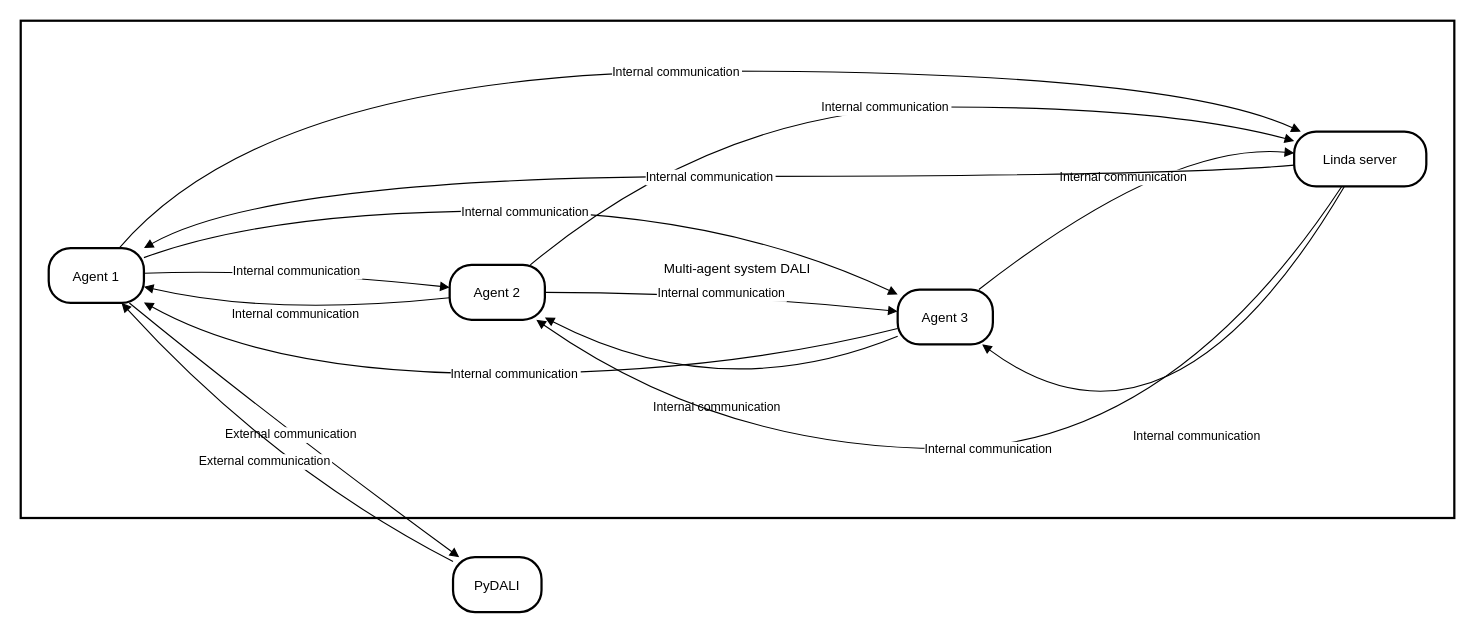
This is Diagramma senza titolo.drawio from AAAI-DISIM-UnivAQ/PyDALI, a draw.io file, before an edit. Source tidied: cells renumbered, new cells numbered last; positions are measured from the earlier drawing's top-left corner, leaving out a move shared by most shapes. Both pictures are drawn from the tidied source at 112%, with x=0, y=0 at pixel (20, 20).
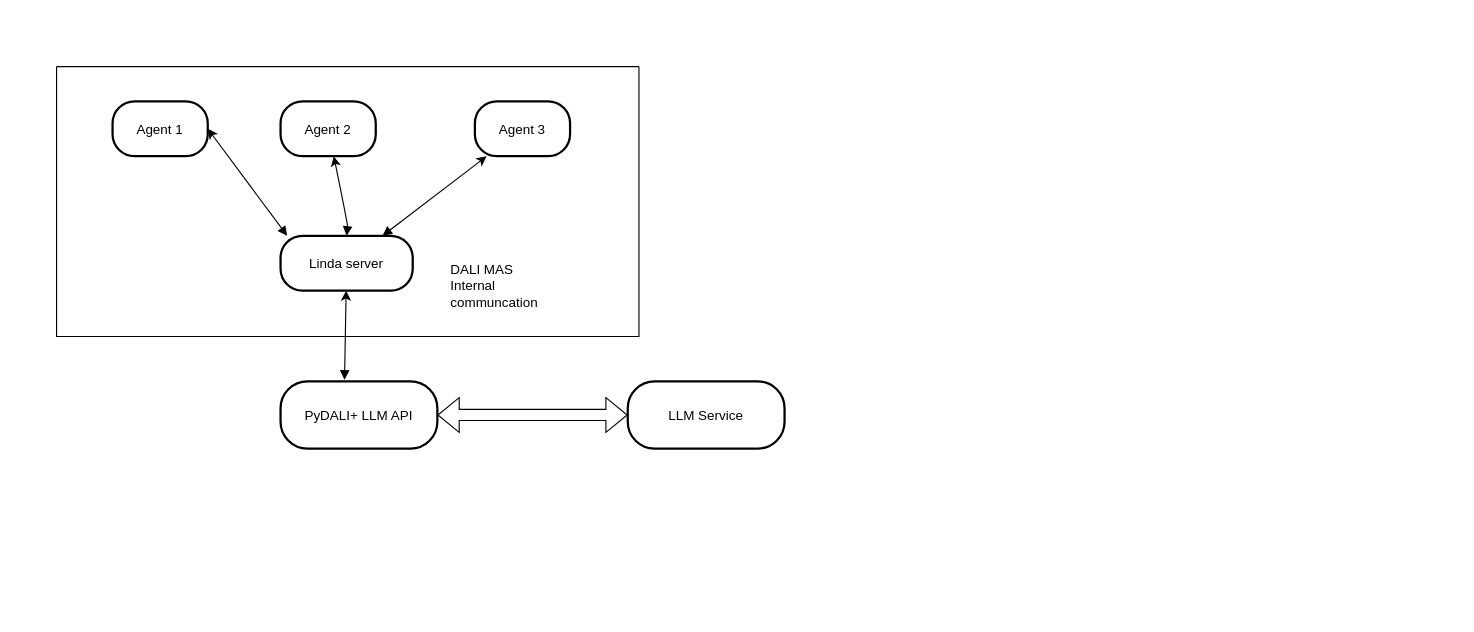
Above is the later version.

The edit, as a diff of the source:
```diff
@@
-    <mxCell id="2" value="Multi-agent system DALI" style="whiteSpace=wrap;strokeWidth=2;" parent="1" vertex="1">
-      <mxGeometry width="1280" height="444" as="geometry" />
-    </mxCell>
     <mxCell id="3" value="Agent 1" style="rounded=1;arcSize=40;strokeWidth=2;" parent="1" vertex="1">
-      <mxGeometry x="25" y="203" width="85" height="49" as="geometry" />
+      <mxGeometry x="82" y="72" width="85" height="49" as="geometry" />
     </mxCell>
     <mxCell id="4" value="Agent 2" style="rounded=1;arcSize=40;strokeWidth=2;" parent="1" vertex="1">
-      <mxGeometry x="383" y="218" width="85" height="49" as="geometry" />
+      <mxGeometry x="232" y="72" width="85" height="49" as="geometry" />
     </mxCell>
     <mxCell id="5" value="Agent 3" style="rounded=1;arcSize=40;strokeWidth=2;" parent="1" vertex="1">
-      <mxGeometry x="783" y="240" width="85" height="49" as="geometry" />
+      <mxGeometry x="405.5" y="72" width="85" height="49" as="geometry" />
     </mxCell>
     <mxCell id="6" value="Linda server" style="rounded=1;arcSize=40;strokeWidth=2;" parent="1" vertex="1">
-      <mxGeometry x="1137" y="99" width="118" height="49" as="geometry" />
+      <mxGeometry x="232" y="192" width="118" height="49" as="geometry" />
     </mxCell>
-    <mxCell id="7" value="PyDALI" style="rounded=1;arcSize=40;strokeWidth=2;" parent="1" vertex="1">
-      <mxGeometry x="386" y="479" width="79" height="49" as="geometry" />
+    <mxCell id="7" value="PyDALI+ LLM API" style="rounded=1;arcSize=40;strokeWidth=2;" parent="1" vertex="1">
+      <mxGeometry x="232" y="322" width="140" height="60" as="geometry" />
     </mxCell>
-    <mxCell id="8" value="Internal communication" style="curved=1;startArrow=none;endArrow=block;exitX=0.99;exitY=0.46;entryX=0;entryY=0.41;" parent="1" edge="1" source="3" target="4">
-      <mxGeometry relative="1" as="geometry">
-        <Array as="points">
-          <mxPoint x="224" y="221" />
-        </Array>
-      </mxGeometry>
-    </mxCell>
-    <mxCell id="9" value="Internal communication" style="curved=1;startArrow=none;endArrow=block;exitX=0.99;exitY=0.18;entryX=0;entryY=0.09;" parent="1" edge="1" source="3" target="5">
-      <mxGeometry relative="1" as="geometry">
-        <Array as="points">
-          <mxPoint x="224" y="170" />
-          <mxPoint x="625" y="170" />
-        </Array>
-      </mxGeometry>
-    </mxCell>
-    <mxCell id="10" value="Internal communication" style="curved=1;startArrow=none;endArrow=block;exitX=0.74;exitY=0;entryX=0.05;entryY=0;" parent="1" edge="1" source="3" target="6">
-      <mxGeometry relative="1" as="geometry">
-        <Array as="points">
-          <mxPoint x="224" y="45" />
-          <mxPoint x="1025" y="45" />
-        </Array>
-      </mxGeometry>
+    <mxCell id="10" style="curved=1;startArrow=classic;endArrow=block;exitX=1;exitY=0.5;entryX=0.05;entryY=0;startFill=1;exitDx=0;exitDy=0;" parent="1" edge="1" source="3" target="6">
+      <mxGeometry relative="1" as="geometry" />
     </mxCell>
-    <mxCell id="11" value="Internal communication" style="curved=1;startArrow=none;endArrow=block;exitX=0;exitY=0.6;entryX=0.99;entryY=0.7;" parent="1" edge="1" source="4" target="3">
-      <mxGeometry relative="1" as="geometry">
-        <Array as="points">
-          <mxPoint x="224" y="264" />
-        </Array>
-      </mxGeometry>
-    </mxCell>
-    <mxCell id="12" value="Internal communication" style="curved=1;startArrow=none;endArrow=block;exitX=0.99;exitY=0.5;entryX=0;entryY=0.4;" parent="1" edge="1" source="4" target="5">
-      <mxGeometry relative="1" as="geometry">
-        <Array as="points">
-          <mxPoint x="625" y="243" />
-        </Array>
-      </mxGeometry>
-    </mxCell>
-    <mxCell id="13" value="Internal communication" style="curved=1;startArrow=none;endArrow=block;exitX=0.84;exitY=0.01;entryX=0;entryY=0.17;" parent="1" edge="1" source="4" target="6">
+    <mxCell id="13" style="curved=1;startArrow=classic;endArrow=block;entryX=0.5;entryY=0;startFill=1;entryDx=0;entryDy=0;" parent="1" edge="1" source="4" target="6">
       <mxGeometry relative="1" as="geometry">
         <Array as="points">
-          <mxPoint x="625" y="77" />
-          <mxPoint x="1025" y="77" />
+          <mxPoint x="292" y="182" />
         </Array>
       </mxGeometry>
     </mxCell>
-    <mxCell id="14" value="Internal communication" style="curved=1;startArrow=none;endArrow=block;exitX=0;exitY=0.71;entryX=0.99;entryY=0.98;" parent="1" edge="1" source="5" target="3">
-      <mxGeometry relative="1" as="geometry">
-        <Array as="points">
-          <mxPoint x="625" y="315" />
-          <mxPoint x="224" y="315" />
-        </Array>
-      </mxGeometry>
-    </mxCell>
-    <mxCell id="15" value="Internal communication" style="curved=1;startArrow=none;endArrow=block;exitX=0;exitY=0.85;entryX=0.99;entryY=0.95;" parent="1" edge="1" source="5" target="4">
-      <mxGeometry relative="1" as="geometry">
-        <Array as="points">
-          <mxPoint x="625" y="346" />
-        </Array>
-      </mxGeometry>
-    </mxCell>
-    <mxCell id="16" value="Internal communication" style="curved=1;startArrow=none;endArrow=block;exitX=0.86;exitY=-0.01;entryX=0;entryY=0.39;" parent="1" edge="1" source="5" target="6">
-      <mxGeometry relative="1" as="geometry">
-        <Array as="points">
-          <mxPoint x="1025" y="108" />
-        </Array>
-      </mxGeometry>
+    <mxCell id="16" style="curved=1;startArrow=classic;endArrow=block;startFill=1;" parent="1" edge="1" source="5" target="6">
+      <mxGeometry relative="1" as="geometry" />
     </mxCell>
-    <mxCell id="17" value="Internal communication" style="curved=1;startArrow=none;endArrow=block;exitX=0;exitY=0.61;entryX=0.99;entryY=0.01;" parent="1" edge="1" source="6" target="3">
-      <mxGeometry relative="1" as="geometry">
-        <Array as="points">
-          <mxPoint x="1025" y="139" />
-          <mxPoint x="224" y="139" />
-        </Array>
-      </mxGeometry>
-    </mxCell>
-    <mxCell id="18" value="Internal communication" style="curved=1;startArrow=none;endArrow=block;exitX=0.36;exitY=1;entryX=0.91;entryY=1;" parent="1" edge="1" source="6" target="4">
-      <mxGeometry relative="1" as="geometry">
-        <Array as="points">
-          <mxPoint x="1025" y="382" />
-          <mxPoint x="625" y="382" />
-        </Array>
-      </mxGeometry>
-    </mxCell>
-    <mxCell id="19" value="Internal communication" style="curved=1;startArrow=none;endArrow=block;exitX=0.38;exitY=1;entryX=0.88;entryY=0.99;" parent="1" edge="1" source="6" target="5">
-      <mxGeometry relative="1" as="geometry">
-        <Array as="points">
-          <mxPoint x="1025" y="413" />
-        </Array>
-      </mxGeometry>
-    </mxCell>
-    <mxCell id="20" value="External communication" style="curved=1;startArrow=none;endArrow=block;exitX=0.84;exitY=0.99;entryX=0.07;entryY=0;" parent="1" edge="1" source="3" target="7">
-      <mxGeometry relative="1" as="geometry">
-        <Array as="points">
-          <mxPoint x="224" y="356" />
-        </Array>
-      </mxGeometry>
+    <mxCell id="20" style="curved=1;startArrow=classic;endArrow=block;entryX=0.408;entryY=-0.023;startFill=1;entryDx=0;entryDy=0;entryPerimeter=0;" parent="1" edge="1" source="6" target="7">
+      <mxGeometry relative="1" as="geometry" />
     </mxCell>
-    <mxCell id="21" value="External communication" style="curved=1;startArrow=none;endArrow=block;exitX=0;exitY=0.08;entryX=0.76;entryY=0.99;" parent="1" edge="1" source="7" target="3">
-      <mxGeometry relative="1" as="geometry">
-        <Array as="points">
-          <mxPoint x="224" y="399" />
-        </Array>
-      </mxGeometry>
-    </mxCell>
+    <mxCell id="22" value="LLM Service" style="rounded=1;arcSize=40;strokeWidth=2;" parent="1" vertex="1">
+      <mxGeometry x="542" y="322" width="140" height="60" as="geometry" />
+    </mxCell>
+    <mxCell id="23" style="shape=flexArrow;endArrow=classic;startArrow=classic;html=1;rounded=0;exitX=1;exitY=0.5;exitDx=0;exitDy=0;entryX=0;entryY=0.5;entryDx=0;entryDy=0;" parent="1" edge="1" source="7" target="22">
+      <mxGeometry relative="1" as="geometry" />
+    </mxCell>
+    <mxCell id="24" style="swimlane;startSize=0;" parent="1" vertex="1">
+      <mxGeometry x="32" y="41" width="520" height="241" as="geometry" />
+    </mxCell>
+    <mxCell id="25" value="DALI MAS&amp;nbsp;&lt;div&gt;Internal communcation&lt;/div&gt;" style="text;html=1;align=left;verticalAlign=middle;whiteSpace=wrap;rounded=0;" parent="24" vertex="1">
+      <mxGeometry x="350" y="181" width="60" height="30" as="geometry" />
+    </mxCell>
```
